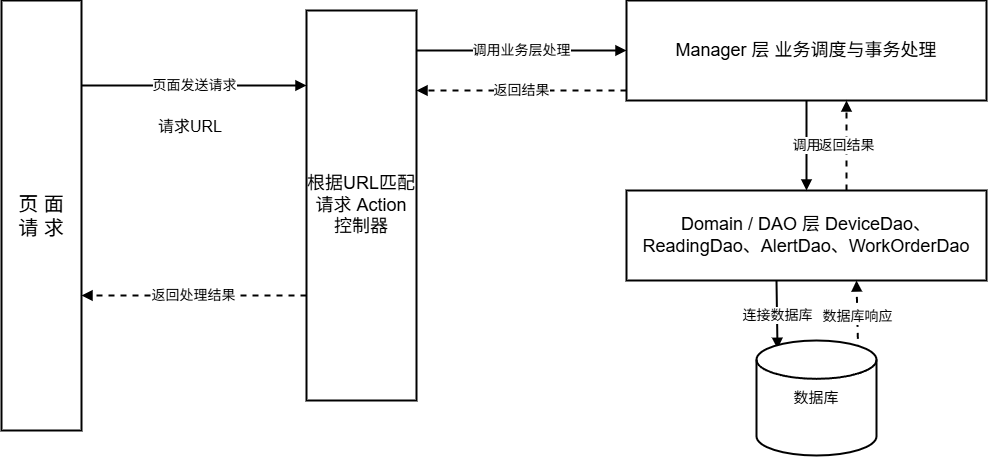
Before: pictures_drawio/框架处理顺序图.drawio.png, a diagram exported from draw.io (solisW/my_thesis_system). Source tidied: cells renumbered, new cells last; positions are measured from the earlier drawing's top-left corner, leaving out a move shared by most shapes. The source it was exported from:
```xml
<mxGraphModel>
  <root>
    <mxCell id="0" />
    <mxCell id="1" parent="0" />
    <mxCell id="2" value="页 面 请 求" style="rounded=0;whiteSpace=wrap;html=1;fillColor=#ffffff;strokeColor=#000000;strokeWidth=2;fontSize=20;spacing=8;" parent="1" vertex="1">
      <mxGeometry width="80" height="430" as="geometry" />
    </mxCell>
    <mxCell id="3" value="根据URL匹配请求  Action 控制器" style="rounded=0;whiteSpace=wrap;html=1;fillColor=#ffffff;strokeColor=#000000;strokeWidth=2;fontSize=18;" parent="1" vertex="1">
      <mxGeometry x="305" y="10" width="110" height="390" as="geometry" />
    </mxCell>
    <mxCell id="4" value="Manager 层 业务调度与事务处理" style="rounded=0;whiteSpace=wrap;html=1;fillColor=#ffffff;strokeColor=#000000;strokeWidth=2;fontSize=18;" parent="1" vertex="1">
      <mxGeometry x="625" width="360" height="100" as="geometry" />
    </mxCell>
    <mxCell id="5" value="Domain / DAO 层 DeviceDao、ReadingDao、AlertDao、WorkOrderDao" style="rounded=0;whiteSpace=wrap;html=1;fillColor=#ffffff;strokeColor=#000000;strokeWidth=2;fontSize=18;" parent="1" vertex="1">
      <mxGeometry x="625" y="190" width="360" height="90" as="geometry" />
    </mxCell>
    <mxCell id="6" value="页面发送请求" style="endArrow=block;html=1;rounded=0;strokeWidth=2;fontSize=14;" parent="1" edge="1">
      <mxGeometry relative="1" as="geometry">
        <mxPoint x="80" y="85" as="sourcePoint" />
        <mxPoint x="305" y="85" as="targetPoint" />
      </mxGeometry>
    </mxCell>
    <mxCell id="7" value="请求URL" style="text;html=1;strokeColor=none;fillColor=none;fontSize=16;" parent="1" vertex="1">
      <mxGeometry x="155" y="110" width="120" height="30" as="geometry" />
    </mxCell>
    <mxCell id="8" value="调用业务层处理" style="endArrow=block;html=1;rounded=0;strokeWidth=2;fontSize=14;" parent="1" edge="1">
      <mxGeometry relative="1" as="geometry">
        <mxPoint x="415" y="50" as="sourcePoint" />
        <mxPoint x="625" y="50" as="targetPoint" />
      </mxGeometry>
    </mxCell>
    <mxCell id="9" value="返回结果" style="endArrow=block;html=1;rounded=0;strokeWidth=2;dashed=1;fontSize=14;" parent="1" edge="1">
      <mxGeometry relative="1" as="geometry">
        <mxPoint x="625" y="90" as="sourcePoint" />
        <mxPoint x="415" y="90" as="targetPoint" />
      </mxGeometry>
    </mxCell>
    <mxCell id="10" value="调用" style="endArrow=block;html=1;rounded=0;strokeWidth=2;fontSize=14;" parent="1" edge="1">
      <mxGeometry relative="1" as="geometry">
        <mxPoint x="805" y="100" as="sourcePoint" />
        <mxPoint x="805" y="190" as="targetPoint" />
      </mxGeometry>
    </mxCell>
    <mxCell id="11" value="返回结果" style="endArrow=block;html=1;rounded=0;strokeWidth=2;dashed=1;fontSize=14;" parent="1" edge="1">
      <mxGeometry relative="1" as="geometry">
        <mxPoint x="845" y="190" as="sourcePoint" />
        <mxPoint x="845" y="100" as="targetPoint" />
      </mxGeometry>
    </mxCell>
    <mxCell id="12" value="连接数据库" style="endArrow=block;html=1;rounded=0;strokeWidth=2;fontSize=14;entryX=0.175;entryY=0.072;entryDx=0;entryDy=0;entryPerimeter=0;" parent="1" edge="1" target="15">
      <mxGeometry relative="1" as="geometry">
        <mxPoint x="775" y="280" as="sourcePoint" />
      </mxGeometry>
    </mxCell>
    <mxCell id="13" value="数据库响应" style="endArrow=block;html=1;rounded=0;strokeWidth=2;dashed=1;fontSize=14;exitX=0.847;exitY=0.09;exitDx=0;exitDy=0;exitPerimeter=0;" parent="1" edge="1" source="15">
      <mxGeometry relative="1" as="geometry">
        <mxPoint x="855" y="280" as="targetPoint" />
      </mxGeometry>
    </mxCell>
    <mxCell id="14" value="返回处理结果" style="endArrow=block;html=1;rounded=0;strokeWidth=2;dashed=1;fontSize=14;" parent="1" edge="1">
      <mxGeometry relative="1" as="geometry">
        <mxPoint x="305" y="295" as="sourcePoint" />
        <mxPoint x="80" y="295" as="targetPoint" />
      </mxGeometry>
    </mxCell>
    <mxCell id="15" value="&lt;font style=&quot;font-size: 15px;&quot;&gt;数据库&lt;/font&gt;" style="strokeWidth=2;html=1;shape=mxgraph.flowchart.database;whiteSpace=wrap;" parent="1" vertex="1">
      <mxGeometry x="755" y="340" width="120" height="115" as="geometry" />
    </mxCell>
  </root>
</mxGraphModel>
```
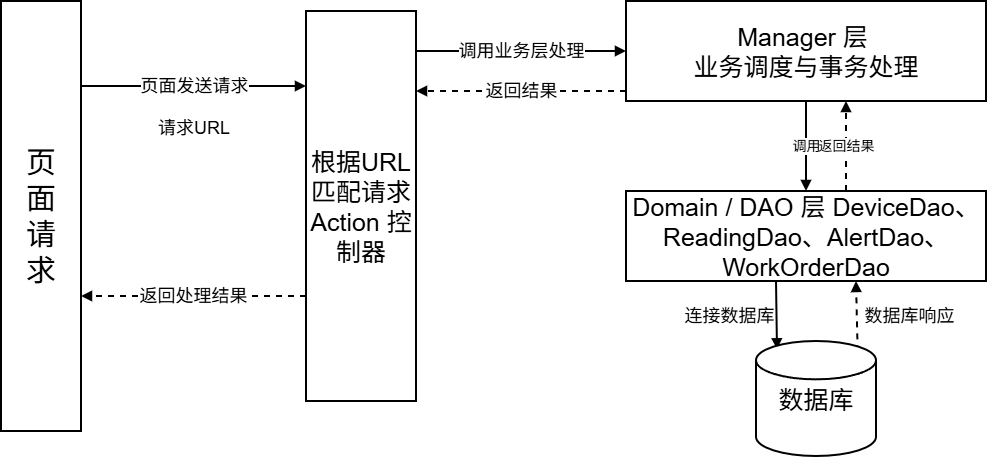
The same file after the commit.

What changed in the source:
```diff
@@ -2,34 +2,34 @@
   <root>
     <mxCell id="0" />
     <mxCell id="1" parent="0" />
-    <mxCell id="2" value="页 面 请 求" style="rounded=0;whiteSpace=wrap;html=1;fillColor=#ffffff;strokeColor=#000000;strokeWidth=2;fontSize=20;spacing=8;" parent="1" vertex="1">
+    <mxCell id="2" value="&lt;font style=&quot;font-size: 30px;&quot;&gt;页 面 请 求&lt;/font&gt;" style="rounded=0;whiteSpace=wrap;html=1;fillColor=#ffffff;strokeColor=#000000;strokeWidth=2;fontSize=20;spacing=8;" parent="1" vertex="1">
       <mxGeometry width="80" height="430" as="geometry" />
     </mxCell>
-    <mxCell id="3" value="根据URL匹配请求  Action 控制器" style="rounded=0;whiteSpace=wrap;html=1;fillColor=#ffffff;strokeColor=#000000;strokeWidth=2;fontSize=18;" parent="1" vertex="1">
+    <mxCell id="3" value="&lt;font style=&quot;font-size: 25px;&quot;&gt;根据URL匹配请求  Action 控制器&lt;/font&gt;" style="rounded=0;whiteSpace=wrap;html=1;fillColor=#ffffff;strokeColor=#000000;strokeWidth=2;fontSize=18;" parent="1" vertex="1">
       <mxGeometry x="305" y="10" width="110" height="390" as="geometry" />
     </mxCell>
-    <mxCell id="4" value="Manager 层 业务调度与事务处理" style="rounded=0;whiteSpace=wrap;html=1;fillColor=#ffffff;strokeColor=#000000;strokeWidth=2;fontSize=18;" parent="1" vertex="1">
+    <mxCell id="4" value="&lt;font style=&quot;font-size: 25px;&quot;&gt;Manager 层&amp;nbsp;&lt;/font&gt;&lt;div&gt;&lt;font style=&quot;font-size: 25px;&quot;&gt;业务调度与事务处理&lt;/font&gt;&lt;/div&gt;" style="rounded=0;whiteSpace=wrap;html=1;fillColor=#ffffff;strokeColor=#000000;strokeWidth=2;fontSize=18;" parent="1" vertex="1">
       <mxGeometry x="625" width="360" height="100" as="geometry" />
     </mxCell>
-    <mxCell id="5" value="Domain / DAO 层 DeviceDao、ReadingDao、AlertDao、WorkOrderDao" style="rounded=0;whiteSpace=wrap;html=1;fillColor=#ffffff;strokeColor=#000000;strokeWidth=2;fontSize=18;" parent="1" vertex="1">
+    <mxCell id="5" value="&lt;font style=&quot;font-size: 25px;&quot;&gt;Domain / DAO 层 DeviceDao、ReadingDao、AlertDao、WorkOrderDao&lt;/font&gt;" style="rounded=0;whiteSpace=wrap;html=1;fillColor=#ffffff;strokeColor=#000000;strokeWidth=2;fontSize=18;" parent="1" vertex="1">
       <mxGeometry x="625" y="190" width="360" height="90" as="geometry" />
     </mxCell>
-    <mxCell id="6" value="页面发送请求" style="endArrow=block;html=1;rounded=0;strokeWidth=2;fontSize=14;" parent="1" edge="1">
+    <mxCell id="6" value="&lt;font style=&quot;font-size: 18px;&quot;&gt;页面发送请求&lt;/font&gt;" style="endArrow=block;html=1;rounded=0;strokeWidth=2;fontSize=14;" parent="1" edge="1">
       <mxGeometry relative="1" as="geometry">
         <mxPoint x="80" y="85" as="sourcePoint" />
         <mxPoint x="305" y="85" as="targetPoint" />
       </mxGeometry>
     </mxCell>
-    <mxCell id="7" value="请求URL" style="text;html=1;strokeColor=none;fillColor=none;fontSize=16;" parent="1" vertex="1">
+    <mxCell id="7" value="&lt;font style=&quot;font-size: 18px;&quot;&gt;请求URL&lt;/font&gt;" style="text;html=1;strokeColor=none;fillColor=none;fontSize=16;" parent="1" vertex="1">
       <mxGeometry x="155" y="110" width="120" height="30" as="geometry" />
     </mxCell>
-    <mxCell id="8" value="调用业务层处理" style="endArrow=block;html=1;rounded=0;strokeWidth=2;fontSize=14;" parent="1" edge="1">
+    <mxCell id="8" value="&lt;font style=&quot;font-size: 18px;&quot;&gt;调用业务层处理&lt;/font&gt;" style="endArrow=block;html=1;rounded=0;strokeWidth=2;fontSize=14;" parent="1" edge="1">
       <mxGeometry relative="1" as="geometry">
         <mxPoint x="415" y="50" as="sourcePoint" />
         <mxPoint x="625" y="50" as="targetPoint" />
       </mxGeometry>
     </mxCell>
-    <mxCell id="9" value="返回结果" style="endArrow=block;html=1;rounded=0;strokeWidth=2;dashed=1;fontSize=14;" parent="1" edge="1">
+    <mxCell id="9" value="&lt;font style=&quot;font-size: 18px;&quot;&gt;返回结果&lt;/font&gt;" style="endArrow=block;html=1;rounded=0;strokeWidth=2;dashed=1;fontSize=14;" parent="1" edge="1">
       <mxGeometry relative="1" as="geometry">
         <mxPoint x="625" y="90" as="sourcePoint" />
         <mxPoint x="415" y="90" as="targetPoint" />
@@ -47,23 +47,24 @@
         <mxPoint x="845" y="100" as="targetPoint" />
       </mxGeometry>
     </mxCell>
-    <mxCell id="12" value="连接数据库" style="endArrow=block;html=1;rounded=0;strokeWidth=2;fontSize=14;entryX=0.175;entryY=0.072;entryDx=0;entryDy=0;entryPerimeter=0;" parent="1" edge="1" target="15">
-      <mxGeometry relative="1" as="geometry">
+    <mxCell id="12" value="&lt;font style=&quot;font-size: 18px;&quot;&gt;连接数据库&lt;/font&gt;" style="endArrow=block;html=1;rounded=0;strokeWidth=2;fontSize=14;entryX=0.175;entryY=0.072;entryDx=0;entryDy=0;entryPerimeter=0;" parent="1" edge="1">
+      <mxGeometry y="-48" relative="1" as="geometry">
         <mxPoint x="775" y="280" as="sourcePoint" />
+        <mxPoint x="776" y="348.3" as="targetPoint" />
       </mxGeometry>
     </mxCell>
-    <mxCell id="13" value="数据库响应" style="endArrow=block;html=1;rounded=0;strokeWidth=2;dashed=1;fontSize=14;exitX=0.847;exitY=0.09;exitDx=0;exitDy=0;exitPerimeter=0;" parent="1" edge="1" source="15">
-      <mxGeometry relative="1" as="geometry">
+    <mxCell id="13" value="&lt;font style=&quot;font-size: 18px;&quot;&gt;数据库响应&lt;/font&gt;" style="endArrow=block;html=1;rounded=0;strokeWidth=2;dashed=1;fontSize=14;exitX=0.847;exitY=0.09;exitDx=0;exitDy=0;exitPerimeter=0;" parent="1" edge="1" source="15">
+      <mxGeometry x="-0.03" y="-52" relative="1" as="geometry">
         <mxPoint x="855" y="280" as="targetPoint" />
       </mxGeometry>
     </mxCell>
-    <mxCell id="14" value="返回处理结果" style="endArrow=block;html=1;rounded=0;strokeWidth=2;dashed=1;fontSize=14;" parent="1" edge="1">
+    <mxCell id="14" value="&lt;font style=&quot;font-size: 18px;&quot;&gt;返回处理结果&lt;/font&gt;" style="endArrow=block;html=1;rounded=0;strokeWidth=2;dashed=1;fontSize=14;" parent="1" edge="1">
       <mxGeometry relative="1" as="geometry">
         <mxPoint x="305" y="295" as="sourcePoint" />
         <mxPoint x="80" y="295" as="targetPoint" />
       </mxGeometry>
     </mxCell>
-    <mxCell id="15" value="&lt;font style=&quot;font-size: 15px;&quot;&gt;数据库&lt;/font&gt;" style="strokeWidth=2;html=1;shape=mxgraph.flowchart.database;whiteSpace=wrap;" parent="1" vertex="1">
+    <mxCell id="15" value="&lt;font style=&quot;font-size: 25px;&quot;&gt;数据库&lt;/font&gt;" style="strokeWidth=2;html=1;shape=mxgraph.flowchart.database;whiteSpace=wrap;" parent="1" vertex="1">
       <mxGeometry x="755" y="340" width="120" height="115" as="geometry" />
     </mxCell>
   </root>
```
